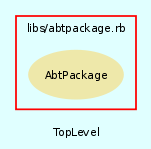
Earlier version of the Graphviz export src/trunk/doc/dot/f_0.png (eschabell/abtlinux). Its source is kept beside it as src/trunk/doc/dot/f_0.dot.
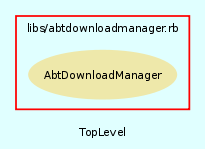
The same diagram one commit later.

Change to the diagram source:
```diff
@@ -13,14 +13,14 @@
     subgraph cluster_1 {
         fontname = Arial
         color = red
-        label = "libs/abtpackage.rb"
-        AbtPackage [
+        label = "libs/abtdownloadmanager.rb"
+        AbtDownloadManager [
             fontcolor = black,
-            URL = "classes/AbtPackage.html",
+            URL = "classes/AbtDownloadManager.html",
             shape = ellipse,
             color = palegoldenrod,
             style = filled,
-            label = "AbtPackage"
+            label = "AbtDownloadManager"
         ]
 
     }
```
